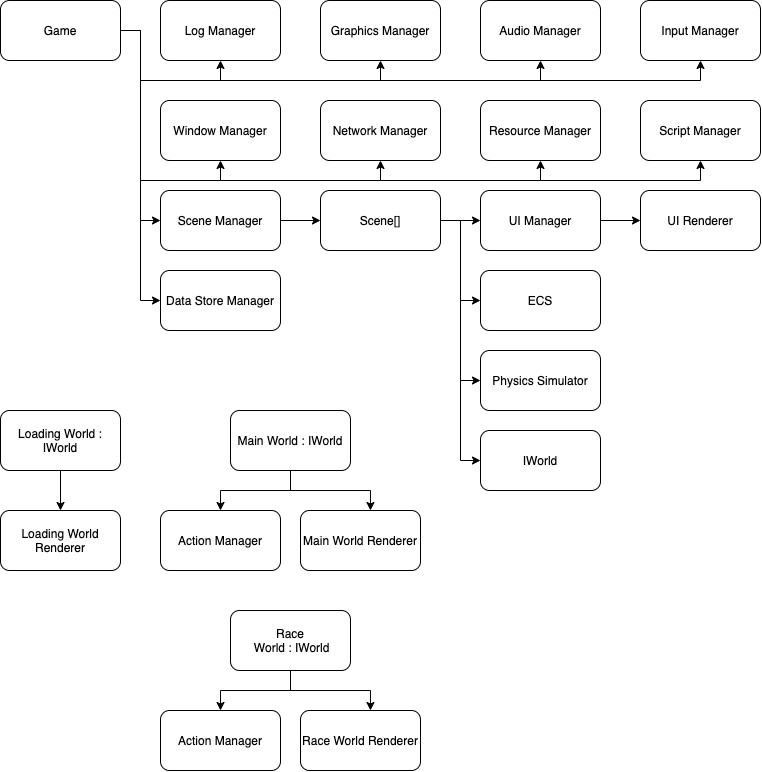
Before: documentation/technical_architecture/images/server_class_structure_overview.drawio.png, a diagram exported from draw.io (snowmeltarcade/projectbirdracing). Source tidied: cells renumbered, new cells last; positions are measured from the earlier drawing's top-left corner, leaving out a move shared by most shapes. Source of this version:
```xml
<mxGraphModel>
  <root>
    <mxCell id="0" />
    <mxCell id="1" parent="0" />
    <mxCell id="2" style="edgeStyle=orthogonalEdgeStyle;rounded=0;jettySize=auto;html=1;exitX=1;exitY=0.5;exitDx=0;exitDy=0;entryX=0.5;entryY=1;entryDx=0;entryDy=0;" parent="1" edge="1" source="12" target="13">
      <mxGeometry relative="1" as="geometry" />
    </mxCell>
    <mxCell id="3" style="edgeStyle=orthogonalEdgeStyle;rounded=0;jettySize=auto;html=1;exitX=1;exitY=0.5;exitDx=0;exitDy=0;entryX=0.5;entryY=1;entryDx=0;entryDy=0;" parent="1" edge="1" source="12" target="14">
      <mxGeometry relative="1" as="geometry">
        <Array as="points">
          <mxPoint x="140" y="30" />
          <mxPoint x="140" y="80" />
          <mxPoint x="380" y="80" />
        </Array>
      </mxGeometry>
    </mxCell>
    <mxCell id="4" style="edgeStyle=orthogonalEdgeStyle;rounded=0;jettySize=auto;html=1;exitX=1;exitY=0.5;exitDx=0;exitDy=0;entryX=0.5;entryY=1;entryDx=0;entryDy=0;" parent="1" edge="1" source="12" target="15">
      <mxGeometry relative="1" as="geometry">
        <Array as="points">
          <mxPoint x="140" y="30" />
          <mxPoint x="140" y="80" />
          <mxPoint x="540" y="80" />
        </Array>
      </mxGeometry>
    </mxCell>
    <mxCell id="5" style="edgeStyle=orthogonalEdgeStyle;rounded=0;jettySize=auto;html=1;exitX=1;exitY=0.5;exitDx=0;exitDy=0;entryX=0.5;entryY=1;entryDx=0;entryDy=0;" parent="1" edge="1" source="12" target="17">
      <mxGeometry relative="1" as="geometry">
        <Array as="points">
          <mxPoint x="140" y="30" />
          <mxPoint x="140" y="80" />
          <mxPoint x="700" y="80" />
        </Array>
      </mxGeometry>
    </mxCell>
    <mxCell id="6" style="edgeStyle=orthogonalEdgeStyle;rounded=0;jettySize=auto;html=1;exitX=1;exitY=0.5;exitDx=0;exitDy=0;entryX=0.5;entryY=1;entryDx=0;entryDy=0;" parent="1" edge="1" source="12" target="46">
      <mxGeometry relative="1" as="geometry">
        <Array as="points">
          <mxPoint x="140" y="30" />
          <mxPoint x="140" y="180" />
          <mxPoint x="700" y="180" />
        </Array>
      </mxGeometry>
    </mxCell>
    <mxCell id="7" style="edgeStyle=orthogonalEdgeStyle;rounded=0;jettySize=auto;html=1;exitX=1;exitY=0.5;exitDx=0;exitDy=0;entryX=0.5;entryY=1;entryDx=0;entryDy=0;" parent="1" edge="1" source="12" target="45">
      <mxGeometry relative="1" as="geometry">
        <Array as="points">
          <mxPoint x="140" y="30" />
          <mxPoint x="140" y="180" />
          <mxPoint x="540" y="180" />
        </Array>
      </mxGeometry>
    </mxCell>
    <mxCell id="8" style="edgeStyle=orthogonalEdgeStyle;rounded=0;jettySize=auto;html=1;exitX=1;exitY=0.5;exitDx=0;exitDy=0;entryX=0.5;entryY=1;entryDx=0;entryDy=0;" parent="1" edge="1" source="12" target="24">
      <mxGeometry relative="1" as="geometry">
        <Array as="points">
          <mxPoint x="140" y="30" />
          <mxPoint x="140" y="180" />
          <mxPoint x="380" y="180" />
        </Array>
      </mxGeometry>
    </mxCell>
    <mxCell id="9" style="edgeStyle=orthogonalEdgeStyle;rounded=0;jettySize=auto;html=1;exitX=1;exitY=0.5;exitDx=0;exitDy=0;entryX=0.5;entryY=1;entryDx=0;entryDy=0;" parent="1" edge="1" source="12" target="16">
      <mxGeometry relative="1" as="geometry" />
    </mxCell>
    <mxCell id="10" style="edgeStyle=orthogonalEdgeStyle;rounded=0;jettySize=auto;html=1;exitX=1;exitY=0.5;exitDx=0;exitDy=0;entryX=0;entryY=0.5;entryDx=0;entryDy=0;" parent="1" edge="1" source="12" target="28">
      <mxGeometry relative="1" as="geometry" />
    </mxCell>
    <mxCell id="11" style="edgeStyle=orthogonalEdgeStyle;rounded=0;jettySize=auto;html=1;exitX=1;exitY=0.5;exitDx=0;exitDy=0;entryX=0;entryY=0.5;entryDx=0;entryDy=0;" parent="1" edge="1" source="12" target="47">
      <mxGeometry relative="1" as="geometry" />
    </mxCell>
    <mxCell id="12" value="Game" style="rounded=1;whiteSpace=wrap;html=1;" parent="1" vertex="1">
      <mxGeometry width="120" height="60" as="geometry" />
    </mxCell>
    <mxCell id="13" value="Log Manager" style="rounded=1;whiteSpace=wrap;html=1;" parent="1" vertex="1">
      <mxGeometry x="160" width="120" height="60" as="geometry" />
    </mxCell>
    <mxCell id="14" value="Graphics Manager" style="rounded=1;whiteSpace=wrap;html=1;" parent="1" vertex="1">
      <mxGeometry x="320" width="120" height="60" as="geometry" />
    </mxCell>
    <mxCell id="15" value="Audio Manager" style="rounded=1;whiteSpace=wrap;html=1;" parent="1" vertex="1">
      <mxGeometry x="480" width="120" height="60" as="geometry" />
    </mxCell>
    <mxCell id="16" value="Window Manager" style="rounded=1;whiteSpace=wrap;html=1;" parent="1" vertex="1">
      <mxGeometry x="160" y="100" width="120" height="60" as="geometry" />
    </mxCell>
    <mxCell id="17" value="Input Manager" style="rounded=1;whiteSpace=wrap;html=1;" parent="1" vertex="1">
      <mxGeometry x="640" width="120" height="60" as="geometry" />
    </mxCell>
    <mxCell id="18" style="edgeStyle=orthogonalEdgeStyle;rounded=0;jettySize=auto;html=1;" parent="1" edge="1" source="19" target="26">
      <mxGeometry relative="1" as="geometry" />
    </mxCell>
    <mxCell id="19" value="Loading World : IWorld" style="rounded=1;whiteSpace=wrap;html=1;" parent="1" vertex="1">
      <mxGeometry y="410" width="120" height="60" as="geometry" />
    </mxCell>
    <mxCell id="20" value="ECS" style="rounded=1;whiteSpace=wrap;html=1;" parent="1" vertex="1">
      <mxGeometry x="480" y="270" width="120" height="60" as="geometry" />
    </mxCell>
    <mxCell id="21" value="Physics Simulator" style="rounded=1;whiteSpace=wrap;html=1;" parent="1" vertex="1">
      <mxGeometry x="480" y="350" width="120" height="60" as="geometry" />
    </mxCell>
    <mxCell id="22" style="edgeStyle=orthogonalEdgeStyle;rounded=0;jettySize=auto;html=1;" parent="1" edge="1" source="23" target="34">
      <mxGeometry relative="1" as="geometry" />
    </mxCell>
    <mxCell id="23" value="UI Manager" style="rounded=1;whiteSpace=wrap;html=1;" parent="1" vertex="1">
      <mxGeometry x="480" y="190" width="120" height="60" as="geometry" />
    </mxCell>
    <mxCell id="24" value="Network Manager" style="rounded=1;whiteSpace=wrap;html=1;" parent="1" vertex="1">
      <mxGeometry x="320" y="100" width="120" height="60" as="geometry" />
    </mxCell>
    <mxCell id="25" value="Action Manager" style="rounded=1;whiteSpace=wrap;html=1;" parent="1" vertex="1">
      <mxGeometry x="160" y="510" width="120" height="60" as="geometry" />
    </mxCell>
    <mxCell id="26" value="Loading World Renderer" style="rounded=1;whiteSpace=wrap;html=1;" parent="1" vertex="1">
      <mxGeometry y="510" width="120" height="60" as="geometry" />
    </mxCell>
    <mxCell id="27" style="edgeStyle=orthogonalEdgeStyle;rounded=0;jettySize=auto;html=1;" parent="1" edge="1" source="28" target="33">
      <mxGeometry relative="1" as="geometry" />
    </mxCell>
    <mxCell id="28" value="Scene Manager" style="rounded=1;whiteSpace=wrap;html=1;" parent="1" vertex="1">
      <mxGeometry x="160" y="190" width="120" height="60" as="geometry" />
    </mxCell>
    <mxCell id="29" style="edgeStyle=orthogonalEdgeStyle;rounded=0;jettySize=auto;html=1;" parent="1" edge="1" source="33" target="23">
      <mxGeometry relative="1" as="geometry" />
    </mxCell>
    <mxCell id="30" style="edgeStyle=orthogonalEdgeStyle;rounded=0;jettySize=auto;html=1;exitX=1;exitY=0.5;exitDx=0;exitDy=0;entryX=0;entryY=0.5;entryDx=0;entryDy=0;" parent="1" edge="1" source="33" target="20">
      <mxGeometry relative="1" as="geometry" />
    </mxCell>
    <mxCell id="31" style="edgeStyle=orthogonalEdgeStyle;rounded=0;jettySize=auto;html=1;exitX=1;exitY=0.5;exitDx=0;exitDy=0;entryX=0;entryY=0.5;entryDx=0;entryDy=0;" parent="1" edge="1" source="33" target="21">
      <mxGeometry relative="1" as="geometry" />
    </mxCell>
    <mxCell id="32" style="edgeStyle=orthogonalEdgeStyle;rounded=0;jettySize=auto;html=1;exitX=1;exitY=0.5;exitDx=0;exitDy=0;entryX=0;entryY=0.5;entryDx=0;entryDy=0;" parent="1" edge="1" source="33" target="35">
      <mxGeometry relative="1" as="geometry" />
    </mxCell>
    <mxCell id="33" value="Scene[]" style="rounded=1;whiteSpace=wrap;html=1;" parent="1" vertex="1">
      <mxGeometry x="320" y="190" width="120" height="60" as="geometry" />
    </mxCell>
    <mxCell id="34" value="UI Renderer" style="rounded=1;whiteSpace=wrap;html=1;" parent="1" vertex="1">
      <mxGeometry x="640" y="190" width="120" height="60" as="geometry" />
    </mxCell>
    <mxCell id="35" value="IWorld" style="rounded=1;whiteSpace=wrap;html=1;" parent="1" vertex="1">
      <mxGeometry x="480" y="430" width="120" height="60" as="geometry" />
    </mxCell>
    <mxCell id="36" style="edgeStyle=orthogonalEdgeStyle;rounded=0;jettySize=auto;html=1;exitX=0.5;exitY=1;exitDx=0;exitDy=0;entryX=0.5;entryY=0;entryDx=0;entryDy=0;" parent="1" edge="1" source="38" target="25">
      <mxGeometry relative="1" as="geometry" />
    </mxCell>
    <mxCell id="37" style="edgeStyle=orthogonalEdgeStyle;rounded=0;jettySize=auto;html=1;exitX=0.5;exitY=1;exitDx=0;exitDy=0;entryX=0.583;entryY=0;entryDx=0;entryDy=0;entryPerimeter=0;" parent="1" edge="1" source="38" target="39">
      <mxGeometry relative="1" as="geometry" />
    </mxCell>
    <mxCell id="38" value="Main World : IWorld" style="rounded=1;whiteSpace=wrap;html=1;" parent="1" vertex="1">
      <mxGeometry x="230" y="410" width="120" height="60" as="geometry" />
    </mxCell>
    <mxCell id="39" value="Main World Renderer" style="rounded=1;whiteSpace=wrap;html=1;" parent="1" vertex="1">
      <mxGeometry x="300" y="510" width="120" height="60" as="geometry" />
    </mxCell>
    <mxCell id="40" value="Action Manager" style="rounded=1;whiteSpace=wrap;html=1;" parent="1" vertex="1">
      <mxGeometry x="160" y="710" width="120" height="60" as="geometry" />
    </mxCell>
    <mxCell id="41" style="edgeStyle=orthogonalEdgeStyle;rounded=0;jettySize=auto;html=1;exitX=0.5;exitY=1;exitDx=0;exitDy=0;entryX=0.5;entryY=0;entryDx=0;entryDy=0;" parent="1" edge="1" source="43" target="40">
      <mxGeometry relative="1" as="geometry" />
    </mxCell>
    <mxCell id="42" style="edgeStyle=orthogonalEdgeStyle;rounded=0;jettySize=auto;html=1;exitX=0.5;exitY=1;exitDx=0;exitDy=0;entryX=0.583;entryY=0;entryDx=0;entryDy=0;entryPerimeter=0;" parent="1" edge="1" source="43" target="44">
      <mxGeometry relative="1" as="geometry" />
    </mxCell>
    <mxCell id="43" value="Race&lt;br&gt;&amp;nbsp;World : IWorld" style="rounded=1;whiteSpace=wrap;html=1;" parent="1" vertex="1">
      <mxGeometry x="230" y="610" width="120" height="60" as="geometry" />
    </mxCell>
    <mxCell id="44" value="Race World Renderer" style="rounded=1;whiteSpace=wrap;html=1;" parent="1" vertex="1">
      <mxGeometry x="300" y="710" width="120" height="60" as="geometry" />
    </mxCell>
    <mxCell id="45" value="Resource Manager" style="rounded=1;whiteSpace=wrap;html=1;" parent="1" vertex="1">
      <mxGeometry x="480" y="100" width="120" height="60" as="geometry" />
    </mxCell>
    <mxCell id="46" value="Script Manager" style="rounded=1;whiteSpace=wrap;html=1;" parent="1" vertex="1">
      <mxGeometry x="640" y="100" width="120" height="60" as="geometry" />
    </mxCell>
    <mxCell id="47" value="Data Store Manager" style="rounded=1;whiteSpace=wrap;html=1;" parent="1" vertex="1">
      <mxGeometry x="160" y="270" width="120" height="60" as="geometry" />
    </mxCell>
  </root>
</mxGraphModel>
```
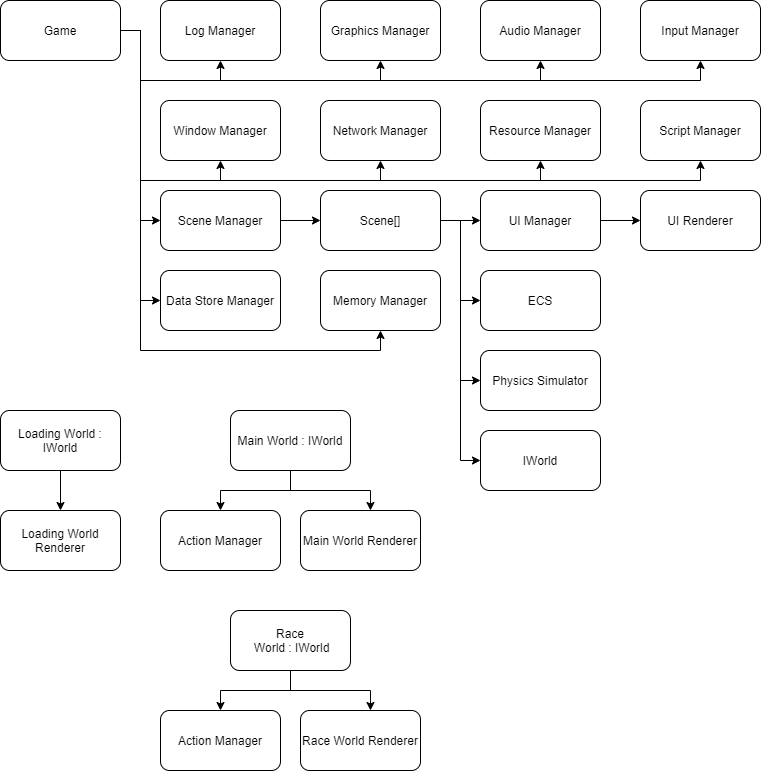
The same diagram one commit later.

Commit message:
Update code standards. Add memory manager to class structure overviews.

Diff of the diagram source:
```diff
@@ -68,6 +68,15 @@
     <mxCell id="11" style="edgeStyle=orthogonalEdgeStyle;rounded=0;jettySize=auto;html=1;exitX=1;exitY=0.5;exitDx=0;exitDy=0;entryX=0;entryY=0.5;entryDx=0;entryDy=0;" parent="1" edge="1" source="12" target="47">
       <mxGeometry relative="1" as="geometry" />
     </mxCell>
+    <mxCell id="48" style="edgeStyle=orthogonalEdgeStyle;rounded=0;jettySize=auto;html=1;exitX=1;exitY=0.5;exitDx=0;exitDy=0;entryX=0.5;entryY=1;entryDx=0;entryDy=0;" parent="1" edge="1" source="12" target="49">
+      <mxGeometry relative="1" as="geometry">
+        <Array as="points">
+          <mxPoint x="140" y="30" />
+          <mxPoint x="140" y="350" />
+          <mxPoint x="380" y="350" />
+        </Array>
+      </mxGeometry>
+    </mxCell>
     <mxCell id="12" value="Game" style="rounded=1;whiteSpace=wrap;html=1;" parent="1" vertex="1">
       <mxGeometry width="120" height="60" as="geometry" />
     </mxCell>
@@ -176,5 +185,8 @@
     <mxCell id="47" value="Data Store Manager" style="rounded=1;whiteSpace=wrap;html=1;" parent="1" vertex="1">
       <mxGeometry x="160" y="270" width="120" height="60" as="geometry" />
     </mxCell>
+    <mxCell id="49" value="Memory Manager" style="rounded=1;whiteSpace=wrap;html=1;" parent="1" vertex="1">
+      <mxGeometry x="320" y="270" width="120" height="60" as="geometry" />
+    </mxCell>
   </root>
 </mxGraphModel>
```
